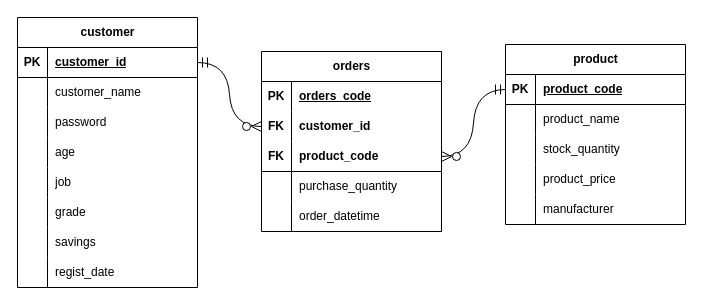
The draw.io diagram page "Relational Model" (2 of 2) of e-commerce/commerce.drawio in intrager/erd-practice, before the edit. Source tidied: cells renumbered, new cells numbered last; positions are measured from the earlier drawing's top-left corner, leaving out a move shared by most shapes. Both pictures are drawn from the tidied source at 100%, with x=0, y=0 at pixel (17, 17).
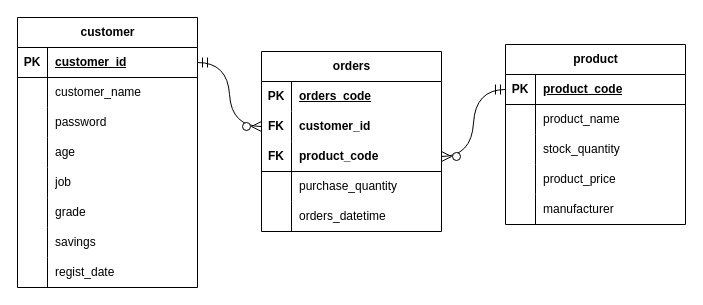
After the change.

Commit message:
update orders_datetime

Unchanged cells that the change refers to:
```xml
<mxCell id="40" style="shape=tableRow;horizontal=0;startSize=0;swimlaneHead=0;swimlaneBody=0;fillColor=none;top=0;left=0;right=0;bottom=0;" parent="27" vertex="1">
  <mxGeometry y="150" width="180" height="30" as="geometry" />
</mxCell>
```

Diff of the diagram source:
```diff
@@
-    <mxCell id="42" value="order_datetime" style="shape=partialRectangle;fillColor=none;top=0;left=0;bottom=0;right=0;align=left;spacingLeft=6;overflow=hidden;whiteSpace=wrap;html=1;" parent="40" vertex="1">
+    <mxCell id="42" value="orders_datetime" style="shape=partialRectangle;fillColor=none;top=0;left=0;bottom=0;right=0;align=left;spacingLeft=6;overflow=hidden;whiteSpace=wrap;html=1;" parent="40" vertex="1">
       <mxGeometry x="30" width="150" height="30" as="geometry" />
     </mxCell>
```
